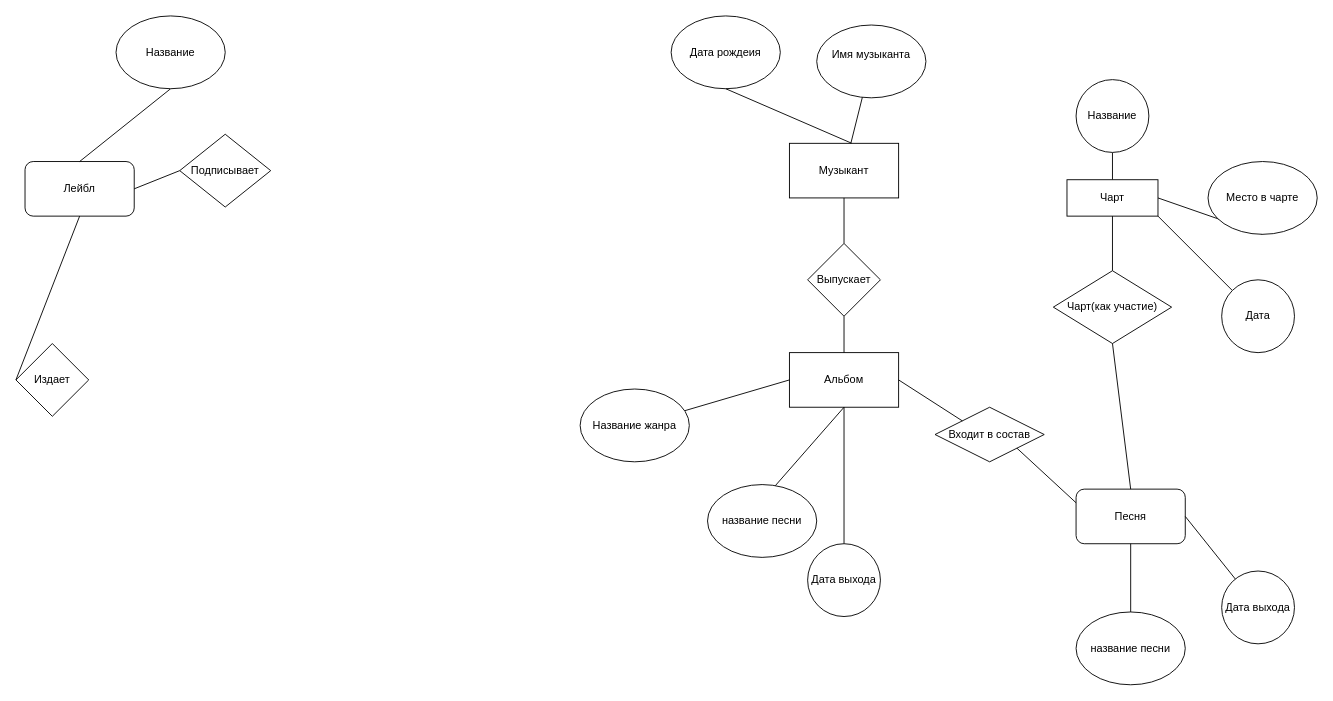
This is music.drawio from Swannysv/prbd, a draw.io file, before an edit. Source tidied: cells renumbered, new cells numbered last; positions are measured from the earlier drawing's top-left corner, leaving out a move shared by most shapes. Both pictures are drawn from the tidied source at 91%, with x=0, y=0 at pixel (15, 15).
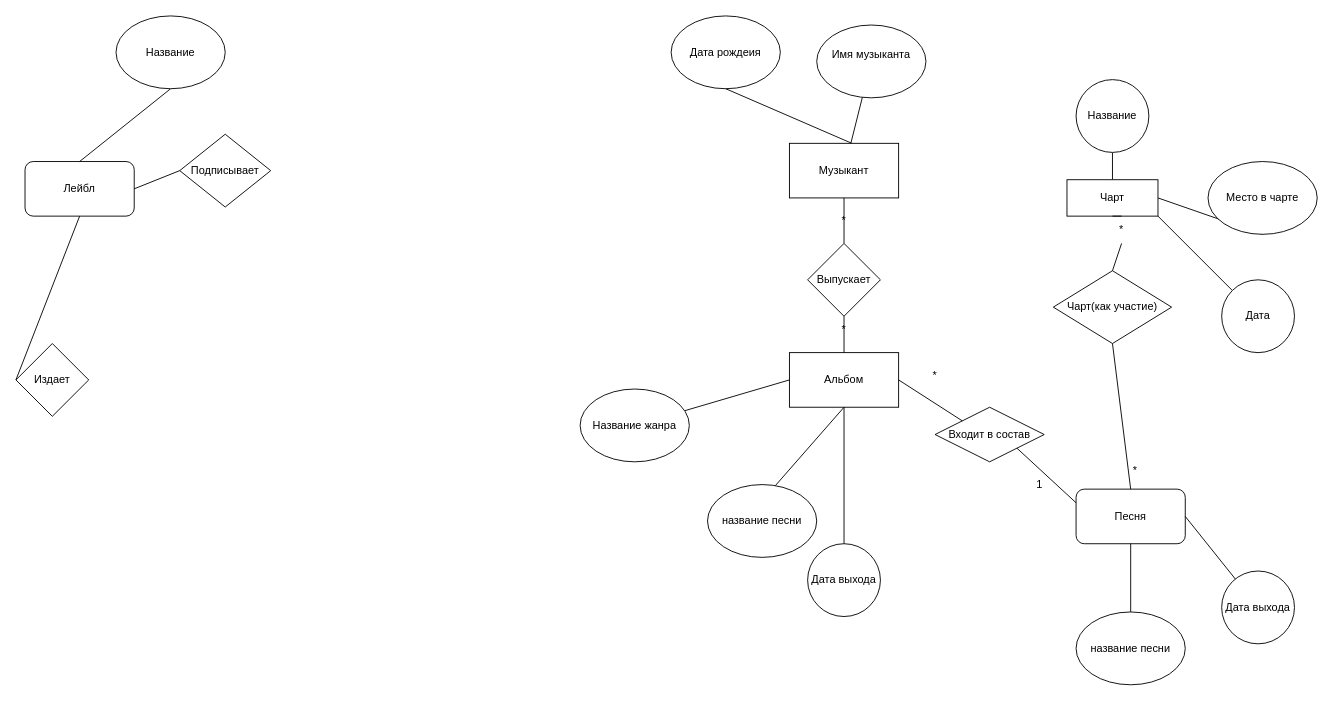
The same diagram, later.

Unchanged cells that the change refers to:
```xml
<mxCell id="7" value="Чарт(как участие)" style="rhombus;whiteSpace=wrap;html=1;" parent="1" vertex="1">
  <mxGeometry x="1140" y="280" width="130" height="80" as="geometry" />
</mxCell>
<mxCell id="38" value="&lt;div&gt;Чарт&lt;/div&gt;" style="whiteSpace=wrap;html=1;align=center;" parent="1" vertex="1">
  <mxGeometry x="1155" y="180" width="100" height="40" as="geometry" />
</mxCell>
```

Change to the diagram source:
```diff
@@
-    <mxCell id="41" style="endArrow=none;html=1;rounded=0;entryX=0.5;entryY=0;entryDx=0;entryDy=0;exitX=0.5;exitY=1;exitDx=0;exitDy=0;" parent="1" edge="1" source="38" target="7">
+    <mxCell id="41" style="endArrow=none;html=1;rounded=0;entryX=0.5;entryY=0;entryDx=0;entryDy=0;exitX=0.5;exitY=1;exitDx=0;exitDy=0;" parent="1" edge="1" source="44" target="7">
       <mxGeometry relative="1" as="geometry" />
     </mxCell>
+    <mxCell id="42" value="*" style="text;html=1;align=center;verticalAlign=middle;whiteSpace=wrap;rounded=0;" parent="1" vertex="1">
+      <mxGeometry x="1200" y="485" width="60" height="30" as="geometry" />
+    </mxCell>
+    <mxCell id="43" style="endArrow=none;html=1;rounded=0;entryX=0.5;entryY=0;entryDx=0;entryDy=0;exitX=0.5;exitY=1;exitDx=0;exitDy=0;" parent="1" edge="1" source="38" target="44">
+      <mxGeometry relative="1" as="geometry" />
+    </mxCell>
+    <mxCell id="44" value="*" style="text;html=1;align=center;verticalAlign=middle;whiteSpace=wrap;rounded=0;" parent="1" vertex="1">
+      <mxGeometry x="1185" y="220" width="60" height="30" as="geometry" />
+    </mxCell>
+    <mxCell id="45" value="*" style="text;html=1;align=center;verticalAlign=middle;whiteSpace=wrap;rounded=0;" parent="1" vertex="1">
+      <mxGeometry x="880" y="210" width="60" height="30" as="geometry" />
+    </mxCell>
+    <mxCell id="46" value="*" style="text;html=1;align=center;verticalAlign=middle;whiteSpace=wrap;rounded=0;" parent="1" vertex="1">
+      <mxGeometry x="880" y="330" width="60" height="30" as="geometry" />
+    </mxCell>
+    <mxCell id="47" value="1" style="text;html=1;align=center;verticalAlign=middle;whiteSpace=wrap;rounded=0;" parent="1" vertex="1">
+      <mxGeometry x="1095" y="500" width="60" height="30" as="geometry" />
+    </mxCell>
+    <mxCell id="48" value="*" style="text;html=1;align=center;verticalAlign=middle;whiteSpace=wrap;rounded=0;" parent="1" vertex="1">
+      <mxGeometry x="980" y="380" width="60" height="30" as="geometry" />
+    </mxCell>
```
